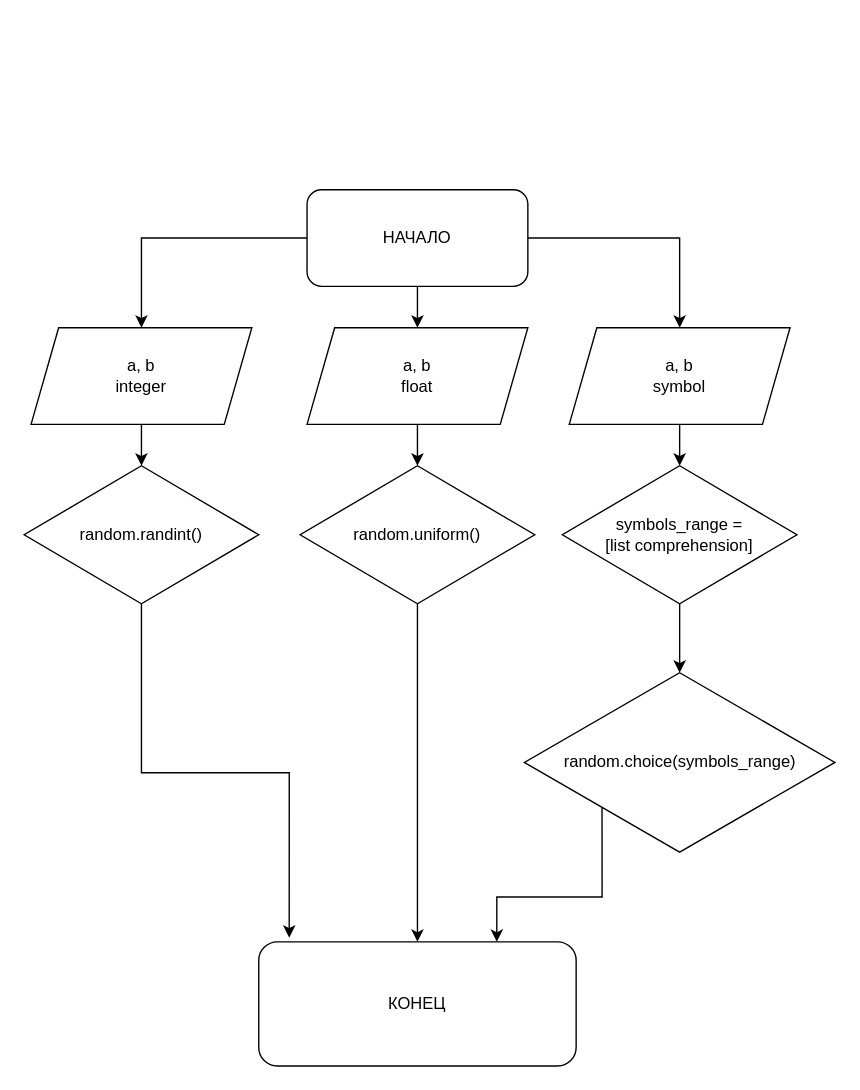
Before: lesson1.task4.drawio in phocaman/geekbrains.homework, a draw.io diagram. Source tidied: cells renumbered, new cells numbered last; positions are measured from the earlier drawing's top-left corner, leaving out a move shared by most shapes. Both pictures are drawn from the tidied source at 138%, with x=0, y=0 at pixel (23, 189).
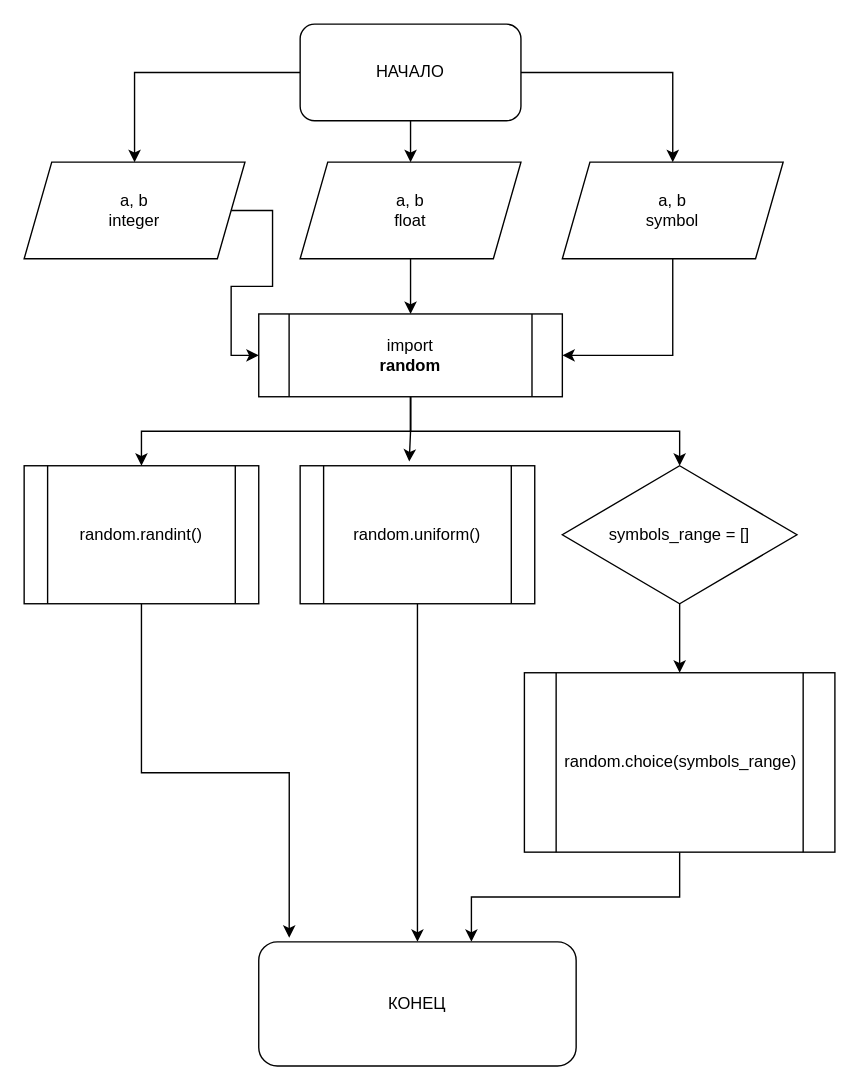
Above is the later version.

Unchanged cells that the change refers to:
```xml
<mxCell id="20" value="КОНЕЦ" style="rounded=1;whiteSpace=wrap;html=1;" parent="1" vertex="1">
  <mxGeometry x="170" y="545" width="230" height="90" as="geometry" />
</mxCell>
```

Diff of the diagram source:
```diff
@@
     <mxCell id="5" value="НАЧАЛО" style="rounded=1;whiteSpace=wrap;html=1;" parent="1" vertex="1">
-      <mxGeometry x="205" width="160" height="70" as="geometry" />
+      <mxGeometry x="200" y="-120" width="160" height="70" as="geometry" />
     </mxCell>
-    <mxCell id="6" style="edgeStyle=orthogonalEdgeStyle;rounded=0;jettySize=auto;html=1;" parent="1" edge="1" source="7" target="9">
-      <mxGeometry relative="1" as="geometry" />
-    </mxCell>
+    <mxCell id="21" style="edgeStyle=orthogonalEdgeStyle;rounded=0;jettySize=auto;html=1;entryX=0;entryY=0.5;entryDx=0;entryDy=0;" parent="1" edge="1" source="7" target="27">
+      <mxGeometry relative="1" as="geometry" />
+    </mxCell>
     <mxCell id="7" value="a, b&lt;br&gt;integer" style="shape=parallelogram;perimeter=parallelogramPerimeter;whiteSpace=wrap;html=1;fixedSize=1;" parent="1" vertex="1">
-      <mxGeometry x="5" y="100" width="160" height="70" as="geometry" />
+      <mxGeometry y="-20" width="160" height="70" as="geometry" />
     </mxCell>
@@
-    <mxCell id="9" value="random.randint()" style="rhombus;whiteSpace=wrap;html=1;" parent="1" vertex="1">
+    <mxCell id="9" value="random.randint()" style="shape=process;whiteSpace=wrap;html=1;" parent="1" vertex="1">
       <mxGeometry y="200" width="170" height="100" as="geometry" />
     </mxCell>
@@
-    <mxCell id="11" value="random.uniform()" style="rhombus;whiteSpace=wrap;html=1;" parent="1" vertex="1">
+    <mxCell id="11" value="random.uniform()" style="shape=process;whiteSpace=wrap;html=1;" parent="1" vertex="1">
       <mxGeometry x="200" y="200" width="170" height="100" as="geometry" />
     </mxCell>
@@
-    <mxCell id="13" value="symbols_range =&lt;br&gt;[list comprehension]" style="rhombus;whiteSpace=wrap;html=1;" parent="1" vertex="1">
+    <mxCell id="13" value="symbols_range = []" style="rhombus;whiteSpace=wrap;html=1;" parent="1" vertex="1">
       <mxGeometry x="390" y="200" width="170" height="100" as="geometry" />
     </mxCell>
-    <mxCell id="14" style="edgeStyle=orthogonalEdgeStyle;rounded=0;jettySize=auto;html=1;" parent="1" edge="1" source="15" target="13">
-      <mxGeometry relative="1" as="geometry" />
-    </mxCell>
+    <mxCell id="22" style="edgeStyle=orthogonalEdgeStyle;rounded=0;jettySize=auto;html=1;entryX=1;entryY=0.5;entryDx=0;entryDy=0;" parent="1" edge="1" source="15" target="27">
+      <mxGeometry relative="1" as="geometry" />
+    </mxCell>
     <mxCell id="15" value="a, b&lt;br&gt;symbol" style="shape=parallelogram;perimeter=parallelogramPerimeter;whiteSpace=wrap;html=1;fixedSize=1;" parent="1" vertex="1">
-      <mxGeometry x="395" y="100" width="160" height="70" as="geometry" />
+      <mxGeometry x="390" y="-20" width="160" height="70" as="geometry" />
     </mxCell>
-    <mxCell id="16" style="edgeStyle=orthogonalEdgeStyle;rounded=0;jettySize=auto;html=1;" parent="1" edge="1" source="17" target="11">
-      <mxGeometry relative="1" as="geometry" />
-    </mxCell>
+    <mxCell id="23" style="edgeStyle=orthogonalEdgeStyle;rounded=0;jettySize=auto;html=1;entryX=0.5;entryY=0;entryDx=0;entryDy=0;" parent="1" edge="1" source="17" target="27">
+      <mxGeometry relative="1" as="geometry" />
+    </mxCell>
     <mxCell id="17" value="a, b&lt;br&gt;float" style="shape=parallelogram;perimeter=parallelogramPerimeter;whiteSpace=wrap;html=1;fixedSize=1;" parent="1" vertex="1">
-      <mxGeometry x="205" y="100" width="160" height="70" as="geometry" />
+      <mxGeometry x="200" y="-20" width="160" height="70" as="geometry" />
     </mxCell>
-    <mxCell id="18" style="edgeStyle=orthogonalEdgeStyle;rounded=0;jettySize=auto;html=1;exitX=0;exitY=1;exitDx=0;exitDy=0;entryX=0.75;entryY=0;entryDx=0;entryDy=0;" parent="1" edge="1" source="19" target="20">
+    <mxCell id="18" style="edgeStyle=orthogonalEdgeStyle;rounded=0;jettySize=auto;html=1;entryX=0.67;entryY=0;entryDx=0;entryDy=0;entryPerimeter=0;" parent="1" edge="1" source="19" target="20">
       <mxGeometry relative="1" as="geometry" />
     </mxCell>
-    <mxCell id="19" value="random.choice(symbols_range)" style="rhombus;whiteSpace=wrap;html=1;" parent="1" vertex="1">
+    <mxCell id="19" value="random.choice(symbols_range)" style="shape=process;whiteSpace=wrap;html=1;" parent="1" vertex="1">
       <mxGeometry x="362.5" y="350" width="225" height="130" as="geometry" />
     </mxCell>
@@
+    <mxCell id="24" style="edgeStyle=orthogonalEdgeStyle;rounded=0;jettySize=auto;html=1;entryX=0.5;entryY=0;entryDx=0;entryDy=0;" parent="1" edge="1" source="27" target="9">
+      <mxGeometry relative="1" as="geometry" />
+    </mxCell>
+    <mxCell id="25" style="edgeStyle=orthogonalEdgeStyle;rounded=0;jettySize=auto;html=1;entryX=0.465;entryY=-0.03;entryDx=0;entryDy=0;entryPerimeter=0;" parent="1" edge="1" source="27" target="11">
+      <mxGeometry relative="1" as="geometry" />
+    </mxCell>
+    <mxCell id="26" style="edgeStyle=orthogonalEdgeStyle;rounded=0;jettySize=auto;html=1;" parent="1" edge="1" source="27" target="13">
+      <mxGeometry relative="1" as="geometry" />
+    </mxCell>
+    <mxCell id="27" value="import&lt;br&gt;&lt;b&gt;random&lt;/b&gt;" style="shape=process;whiteSpace=wrap;html=1;backgroundOutline=1;" parent="1" vertex="1">
+      <mxGeometry x="170" y="90" width="220" height="60" as="geometry" />
+    </mxCell>
```
